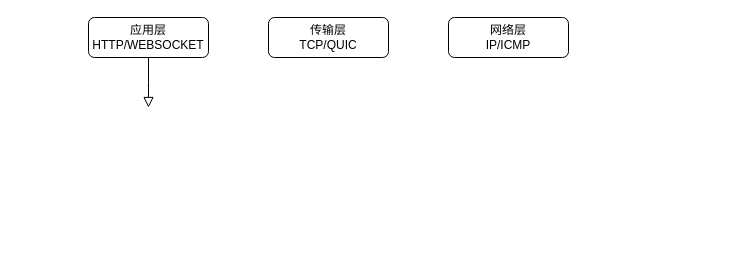
Before: cc.drawio in ycopy/c11, a draw.io diagram. Source tidied: cells renumbered, new cells numbered last; positions are measured from the earlier drawing's top-left corner, leaving out a move shared by most shapes. Both pictures are drawn from the tidied source at 100%, with x=0, y=0 at pixel (88, 17).
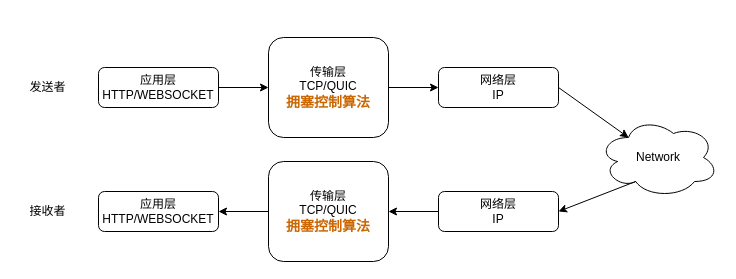
The same page after the edit.

What changed in the source:
```diff
@@
 <mxGraphModel>
   <root>
     <mxCell id="0" />
     <mxCell id="1" parent="0" />
-    <mxCell id="2" style="rounded=0;html=1;jettySize=auto;fontSize=11;endArrow=block;endFill=0;endSize=8;strokeWidth=1;shadow=0;labelBackgroundColor=none;edgeStyle=orthogonalEdgeStyle;" parent="1" edge="1" source="3">
-      <mxGeometry relative="1" as="geometry">
-        <mxPoint x="60" y="90" as="targetPoint" />
-      </mxGeometry>
-    </mxCell>
     <mxCell id="3" value="&lt;div&gt;应用层&lt;/div&gt;HTTP/WEBSOCKET" style="rounded=1;whiteSpace=wrap;html=1;fontSize=12;glass=0;strokeWidth=1;shadow=0;" parent="1" vertex="1">
-      <mxGeometry width="120" height="40" as="geometry" />
+      <mxGeometry x="10" y="50" width="120" height="40" as="geometry" />
     </mxCell>
-    <mxCell id="4" value="&lt;div&gt;传输层&lt;/div&gt;&lt;div&gt;TCP/QUIC&lt;/div&gt;" style="rounded=1;whiteSpace=wrap;html=1;fontSize=12;glass=0;strokeWidth=1;shadow=0;" parent="1" vertex="1">
-      <mxGeometry x="180" width="120" height="40" as="geometry" />
+    <mxCell id="4" value="&lt;div&gt;&lt;font style=&quot;color: rgb(0, 0, 0);&quot;&gt;传输层&lt;/font&gt;&lt;/div&gt;&lt;div&gt;&lt;font style=&quot;color: rgb(0, 0, 0);&quot;&gt;TCP/QUIC&lt;/font&gt;&lt;/div&gt;&lt;div&gt;&lt;font style=&quot;color: rgb(204, 102, 0); font-size: 14px;&quot;&gt;&lt;b&gt;拥塞控制算法&lt;/b&gt;&lt;/font&gt;&lt;/div&gt;" style="rounded=1;whiteSpace=wrap;html=1;fontSize=12;glass=0;strokeWidth=1;shadow=0;fontColor=#FF8000;" parent="1" vertex="1">
+      <mxGeometry x="180" y="20" width="120" height="100" as="geometry" />
     </mxCell>
-    <mxCell id="5" value="&lt;div&gt;网络层&lt;/div&gt;IP/ICMP" style="rounded=1;whiteSpace=wrap;html=1;fontSize=12;glass=0;strokeWidth=1;shadow=0;" parent="1" vertex="1">
-      <mxGeometry x="360" width="120" height="40" as="geometry" />
+    <mxCell id="5" value="&lt;div&gt;网络层&lt;/div&gt;IP" style="rounded=1;whiteSpace=wrap;html=1;fontSize=12;glass=0;strokeWidth=1;shadow=0;" parent="1" vertex="1">
+      <mxGeometry x="350" y="50" width="120" height="40" as="geometry" />
     </mxCell>
+    <mxCell id="6" style="endArrow=classic;html=1;rounded=0;exitX=1;exitY=0.5;exitDx=0;exitDy=0;entryX=0;entryY=0.5;entryDx=0;entryDy=0;" parent="1" edge="1" source="3" target="4">
+      <mxGeometry relative="1" as="geometry" />
+    </mxCell>
+    <mxCell id="7" style="endArrow=classic;html=1;rounded=0;entryX=0;entryY=0.5;entryDx=0;entryDy=0;exitX=1;exitY=0.5;exitDx=0;exitDy=0;" parent="1" edge="1" source="4" target="5">
+      <mxGeometry relative="1" as="geometry" />
+    </mxCell>
+    <mxCell id="8" value="Network" style="ellipse;shape=cloud;whiteSpace=wrap;html=1;" parent="1" vertex="1">
+      <mxGeometry x="510" y="100" width="120" height="80" as="geometry" />
+    </mxCell>
+    <mxCell id="9" value="&lt;div&gt;网络层&lt;/div&gt;IP" style="rounded=1;whiteSpace=wrap;html=1;fontSize=12;glass=0;strokeWidth=1;shadow=0;" parent="1" vertex="1">
+      <mxGeometry x="350" y="174" width="120" height="40" as="geometry" />
+    </mxCell>
+    <mxCell id="10" value="&lt;div&gt;&lt;font style=&quot;color: rgb(0, 0, 0);&quot;&gt;传输层&lt;/font&gt;&lt;/div&gt;&lt;div&gt;&lt;font style=&quot;color: rgb(0, 0, 0);&quot;&gt;TCP/QUIC&lt;/font&gt;&lt;/div&gt;&lt;div&gt;&lt;font style=&quot;color: rgb(204, 102, 0); font-size: 14px;&quot;&gt;&lt;b&gt;拥塞控制算法&lt;/b&gt;&lt;/font&gt;&lt;/div&gt;" style="rounded=1;whiteSpace=wrap;html=1;fontSize=12;glass=0;strokeWidth=1;shadow=0;fontColor=#FF8000;" parent="1" vertex="1">
+      <mxGeometry x="180" y="144" width="120" height="100" as="geometry" />
+    </mxCell>
+    <mxCell id="11" value="&lt;div&gt;应用层&lt;/div&gt;HTTP/WEBSOCKET" style="rounded=1;whiteSpace=wrap;html=1;fontSize=12;glass=0;strokeWidth=1;shadow=0;" parent="1" vertex="1">
+      <mxGeometry x="10" y="174" width="120" height="40" as="geometry" />
+    </mxCell>
+    <mxCell id="12" style="endArrow=classic;html=1;rounded=0;entryX=0.25;entryY=0.25;entryDx=0;entryDy=0;exitX=1;exitY=0.5;exitDx=0;exitDy=0;entryPerimeter=0;" parent="1" edge="1" source="5" target="8">
+      <mxGeometry relative="1" as="geometry" />
+    </mxCell>
+    <mxCell id="13" style="endArrow=classic;html=1;rounded=0;entryX=1;entryY=0.5;entryDx=0;entryDy=0;exitX=0.31;exitY=0.8;exitDx=0;exitDy=0;exitPerimeter=0;" parent="1" edge="1" source="8" target="9">
+      <mxGeometry relative="1" as="geometry" />
+    </mxCell>
+    <mxCell id="14" style="endArrow=classic;html=1;rounded=0;entryX=1;entryY=0.5;entryDx=0;entryDy=0;exitX=0;exitY=0.5;exitDx=0;exitDy=0;" parent="1" edge="1" source="9" target="10">
+      <mxGeometry relative="1" as="geometry" />
+    </mxCell>
+    <mxCell id="15" style="endArrow=classic;html=1;rounded=0;entryX=1;entryY=0.5;entryDx=0;entryDy=0;" parent="1" edge="1" source="10" target="11">
+      <mxGeometry relative="1" as="geometry" />
+    </mxCell>
+    <mxCell id="16" value="发送者" style="text;html=1;align=center;verticalAlign=middle;strokeColor=none;fillColor=none;" parent="1" vertex="1">
+      <mxGeometry x="-71" y="55" width="60" height="30" as="geometry" />
+    </mxCell>
+    <mxCell id="17" value="接收者" style="text;html=1;align=center;verticalAlign=middle;strokeColor=none;fillColor=none;" parent="1" vertex="1">
+      <mxGeometry x="-71" y="179" width="60" height="30" as="geometry" />
+    </mxCell>
   </root>
 </mxGraphModel>
```
